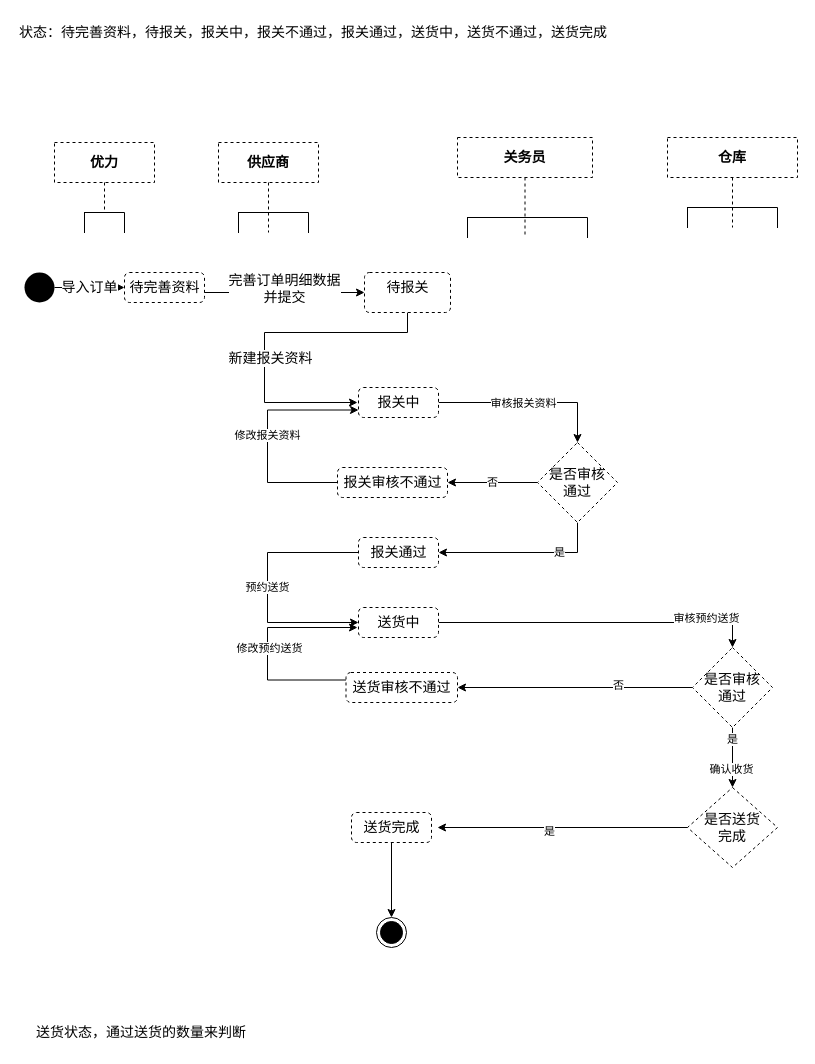
Above: page "订单明细状态" (7 of 9) of shrine-doc/进区预约系统.drawio in easefulfil/CLOUDCARE (draw.io), before the change. Source tidied: cells renumbered, new cells numbered last; positions are measured from the earlier drawing's top-left corner, leaving out a move shared by most shapes. Both pictures are drawn from the tidied source at 100%, with x=0, y=0 at pixel (17, 17).
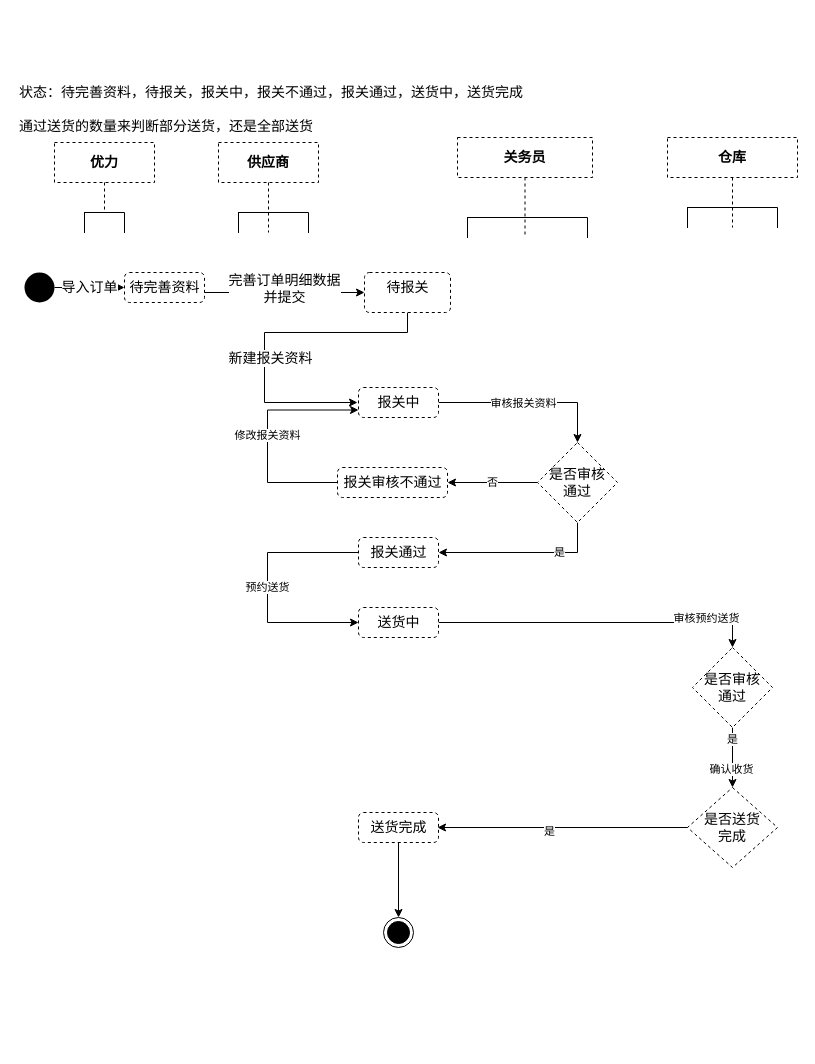
The same page after the edit.

The change refers to these unchanged cells:
```xml
<mxCell id="45" value="是否审核&lt;br&gt;通过" style="rhombus;whiteSpace=wrap;html=1;dashed=1;fontSize=14;" parent="1" vertex="1">
  <mxGeometry x="675" y="630" width="80" height="80" as="geometry" />
</mxCell>
```

What changed in the source:
```diff
@@
-    <mxCell id="16" value="&lt;span style=&quot;color: rgb(0 , 0 , 0) ; font-family: &amp;#34;helvetica&amp;#34; ; font-size: 14px ; font-style: normal ; font-weight: 400 ; letter-spacing: normal ; text-align: center ; text-indent: 0px ; text-transform: none ; word-spacing: 0px ; background-color: rgb(255 , 255 , 255) ; display: inline ; float: none&quot;&gt;状态：待完善资料，待报关，报关&lt;/span&gt;&lt;span style=&quot;font-family: &amp;#34;helvetica&amp;#34; ; font-size: 14px ; text-align: center ; background-color: rgb(255 , 255 , 255)&quot;&gt;中，报关不通过，&lt;/span&gt;&lt;span style=&quot;font-family: &amp;#34;helvetica&amp;#34; ; font-size: 14px ; text-align: center ; background-color: rgb(255 , 255 , 255)&quot;&gt;报关通过，送货中，送货不通过，送货完成&lt;/span&gt;" style="text;whiteSpace=wrap;html=1;" parent="1" vertex="1">
-      <mxGeometry width="780" height="30" as="geometry" />
+    <mxCell id="16" value="&lt;span style=&quot;color: rgb(0 , 0 , 0) ; font-family: &amp;#34;helvetica&amp;#34; ; font-size: 14px ; font-style: normal ; font-weight: 400 ; letter-spacing: normal ; text-align: center ; text-indent: 0px ; text-transform: none ; word-spacing: 0px ; background-color: rgb(255 , 255 , 255) ; display: inline ; float: none&quot;&gt;状态：待完善资料，待报关，报关&lt;/span&gt;&lt;span style=&quot;font-family: &amp;#34;helvetica&amp;#34; ; font-size: 14px ; text-align: center ; background-color: rgb(255 , 255 , 255)&quot;&gt;中，报关不通过，&lt;/span&gt;&lt;span style=&quot;font-family: &amp;#34;helvetica&amp;#34; ; font-size: 14px ; text-align: center ; background-color: rgb(255 , 255 , 255)&quot;&gt;报关通过，送货中，送货完成&lt;br&gt;&lt;br&gt;&lt;/span&gt;&lt;span style=&quot;font-family: &amp;#34;helvetica&amp;#34; ; font-size: 14px ; text-align: center ; background-color: rgb(255 , 255 , 255)&quot;&gt;通过送货的数量来判断部分送货，还是全部送货&lt;/span&gt;&lt;span style=&quot;font-family: &amp;#34;helvetica&amp;#34; ; font-size: 14px ; text-align: center ; background-color: rgb(255 , 255 , 255)&quot;&gt;&lt;br&gt;&lt;br&gt;&lt;/span&gt;&lt;span style=&quot;font-family: &amp;#34;helvetica&amp;#34; ; font-size: 14px ; text-align: center ; background-color: rgb(255 , 255 , 255)&quot;&gt;&lt;br&gt;&lt;/span&gt;" style="text;whiteSpace=wrap;html=1;" parent="1" vertex="1">
+      <mxGeometry y="60" width="780" height="80" as="geometry" />
     </mxCell>
@@
-    <mxCell id="27" value="&lt;span style=&quot;color: rgb(0 , 0 , 0) ; font-family: &amp;#34;helvetica&amp;#34; ; font-size: 14px ; font-style: normal ; font-weight: 400 ; letter-spacing: normal ; text-align: center ; text-indent: 0px ; text-transform: none ; word-spacing: 0px ; background-color: rgb(255 , 255 , 255) ; display: inline ; float: none&quot;&gt;送货状态，通过送货的数量来判断&lt;/span&gt;" style="text;whiteSpace=wrap;html=1;" parent="1" vertex="1">
-      <mxGeometry x="17" y="1000" width="260" height="30" as="geometry" />
-    </mxCell>
@@
     <mxCell id="34" value="送货完成" style="html=1;align=center;verticalAlign=top;rounded=1;absoluteArcSize=1;arcSize=10;dashed=1;fontSize=14;" parent="1" vertex="1">
-      <mxGeometry x="334" y="795" width="80" height="30" as="geometry" />
+      <mxGeometry x="341" y="795" width="80" height="30" as="geometry" />
     </mxCell>
-    <mxCell id="35" style="edgeStyle=orthogonalEdgeStyle;rounded=0;jettySize=auto;html=1;exitX=0;exitY=0.25;exitDx=0;exitDy=0;" parent="1" edge="1" source="46">
-      <mxGeometry relative="1" as="geometry">
-        <mxPoint x="340" y="610" as="targetPoint" />
-        <Array as="points">
-          <mxPoint x="250" y="663" />
-          <mxPoint x="250" y="610" />
-        </Array>
-      </mxGeometry>
-    </mxCell>
-    <mxCell id="36" value="修改预约送货" style="edgeLabel;html=1;align=center;verticalAlign=middle;" parent="35" vertex="1">
-      <mxGeometry x="0.56" y="2" relative="1" as="geometry">
-        <mxPoint x="-40" y="22" as="offset" />
-      </mxGeometry>
-    </mxCell>
@@
     <mxCell id="40" style="ellipse;html=1;shape=endState;fillColor=#000000;strokeColor=#000000;align=left;" parent="1" vertex="1">
-      <mxGeometry x="359" y="900" width="30" height="30" as="geometry" />
+      <mxGeometry x="366" y="900" width="30" height="30" as="geometry" />
     </mxCell>
-    <mxCell id="41" style="edgeStyle=orthogonalEdgeStyle;rounded=0;jettySize=auto;html=1;entryX=1;entryY=0.5;entryDx=0;entryDy=0;" parent="1" edge="1" source="45" target="46">
-      <mxGeometry relative="1" as="geometry" />
-    </mxCell>
-    <mxCell id="42" value="否" style="edgeLabel;html=1;align=center;verticalAlign=middle;" parent="41" vertex="1">
-      <mxGeometry x="-0.36" y="-3" relative="1" as="geometry" />
-    </mxCell>
@@
-    <mxCell id="46" value="送货审核不通过" style="html=1;align=center;verticalAlign=top;rounded=1;absoluteArcSize=1;arcSize=10;dashed=1;fontSize=14;" parent="1" vertex="1">
-      <mxGeometry x="328.5" y="655" width="111.5" height="30" as="geometry" />
-    </mxCell>
```
